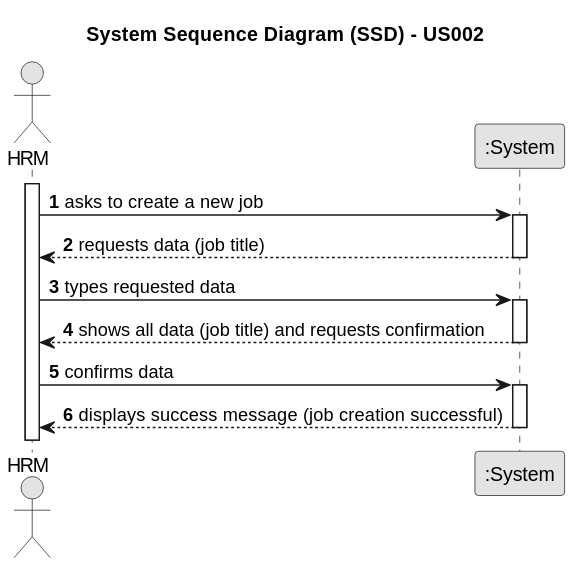
Before: docs/sprintB/us002/01.requirements-engineering/svg/us002-system-sequence-diagram-alternative-one.svg, a diagram exported from PlantUML (ricardomm7/leaflink).
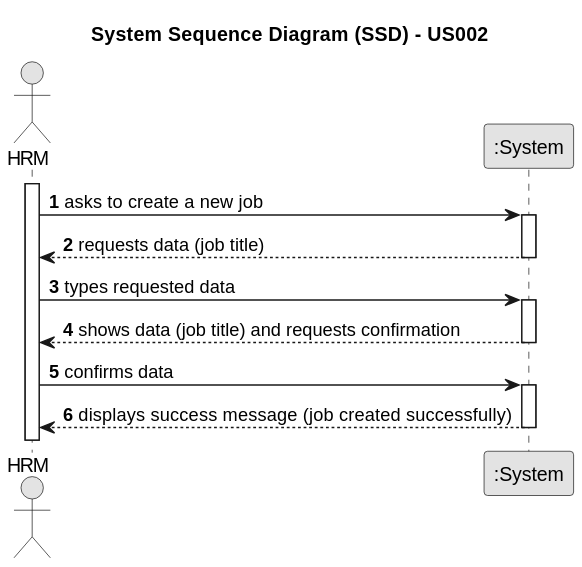
Above is the later version.

What changed in the source:
```diff
@@ -19,12 +19,12 @@
 
     Employee -> System : types requested data
     activate System
-        System --> Employee : shows all data (job title) and requests confirmation
+        System --> Employee : shows data (job title) and requests confirmation
     deactivate System
 
     Employee -> System : confirms data
     activate System
 
-        System --> Employee : displays success message (job creation successful)
+        System --> Employee : displays success message (job created successfully)
     deactivate System
 @enduml
```
